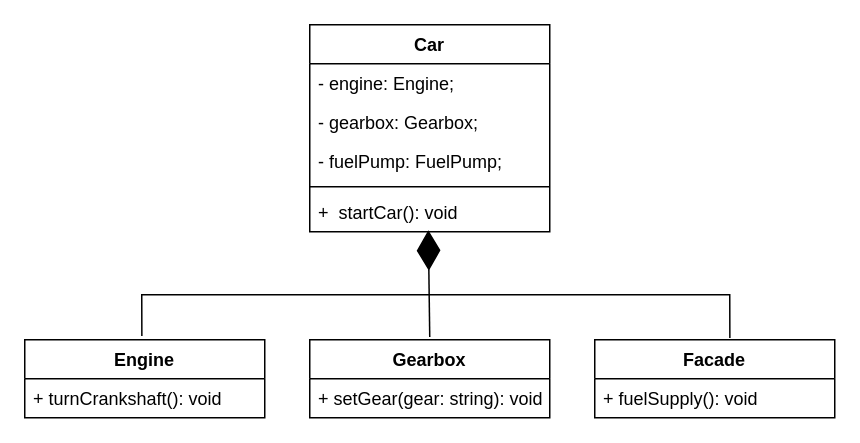
The draw.io diagram PATTERNS/Structural/Facade/src/Facade.drawio in MTONSEG/ts-learn, before the edit. Source tidied: cells renumbered, new cells numbered last; positions are measured from the earlier drawing's top-left corner, leaving out a move shared by most shapes. Both pictures are drawn from the tidied source at 150%, with x=0, y=0 at pixel (24, 24).
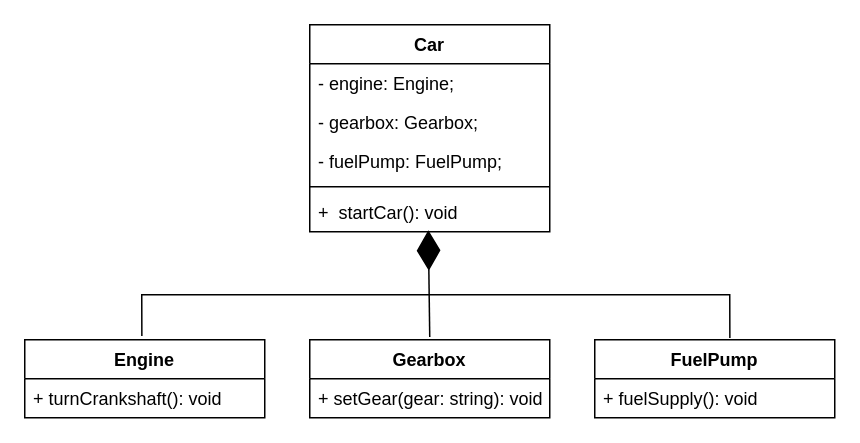
After the change.

Change to the diagram source:
```diff
@@
 <mxGraphModel>
   <root>
     <mxCell id="0" />
     <mxCell id="1" parent="0" />
     <mxCell id="2" value="Car" style="swimlane;fontStyle=1;align=center;verticalAlign=top;horizontal=1;startSize=26;" parent="1" vertex="1">
       <mxGeometry x="190" width="160" height="138" as="geometry" />
     </mxCell>
     <mxCell id="3" value="- engine: Engine;" style="text;strokeColor=none;fillColor=none;align=left;verticalAlign=top;spacingLeft=4;spacingRight=4;overflow=hidden;" parent="2" vertex="1">
       <mxGeometry y="26" width="160" height="26" as="geometry" />
     </mxCell>
     <mxCell id="4" value="- gearbox: Gearbox;" style="text;strokeColor=none;fillColor=none;align=left;verticalAlign=top;spacingLeft=4;spacingRight=4;overflow=hidden;" parent="2" vertex="1">
       <mxGeometry y="52" width="160" height="26" as="geometry" />
     </mxCell>
     <mxCell id="5" value="- fuelPump: FuelPump;" style="text;strokeColor=none;fillColor=none;align=left;verticalAlign=top;spacingLeft=4;spacingRight=4;overflow=hidden;" parent="2" vertex="1">
       <mxGeometry y="78" width="160" height="26" as="geometry" />
     </mxCell>
     <mxCell id="6" style="line;strokeWidth=1;fillColor=none;align=left;verticalAlign=middle;spacingTop=-1;spacingLeft=3;spacingRight=3;labelPosition=right;strokeColor=inherit;" parent="2" vertex="1">
       <mxGeometry y="104" width="160" height="8" as="geometry" />
     </mxCell>
     <mxCell id="7" value="+  startCar(): void" style="text;strokeColor=none;fillColor=none;align=left;verticalAlign=top;spacingLeft=4;spacingRight=4;overflow=hidden;points=[[0,0.5],[1,0.5]];portConstraint=eastwest;" parent="2" vertex="1">
       <mxGeometry y="112" width="160" height="26" as="geometry" />
     </mxCell>
     <mxCell id="8" value="Gearbox" style="swimlane;fontStyle=1;align=center;verticalAlign=top;horizontal=1;startSize=26;" parent="1" vertex="1">
       <mxGeometry x="190" y="210" width="160" height="52" as="geometry" />
     </mxCell>
     <mxCell id="9" value="+ setGear(gear: string): void" style="text;strokeColor=none;fillColor=none;align=left;verticalAlign=top;spacingLeft=4;spacingRight=4;overflow=hidden;" parent="8" vertex="1">
       <mxGeometry y="26" width="160" height="26" as="geometry" />
     </mxCell>
     <mxCell id="10" value="Engine" style="swimlane;fontStyle=1;align=center;verticalAlign=top;horizontal=1;startSize=26;" parent="1" vertex="1">
       <mxGeometry y="210" width="160" height="52" as="geometry" />
     </mxCell>
     <mxCell id="11" value="+ turnCrankshaft(): void" style="text;strokeColor=none;fillColor=none;align=left;verticalAlign=top;spacingLeft=4;spacingRight=4;overflow=hidden;" parent="10" vertex="1">
       <mxGeometry y="26" width="160" height="26" as="geometry" />
     </mxCell>
-    <mxCell id="12" value="Facade" style="swimlane;fontStyle=1;align=center;verticalAlign=top;horizontal=1;startSize=26;" parent="1" vertex="1">
+    <mxCell id="12" value="FuelPump" style="swimlane;fontStyle=1;align=center;verticalAlign=top;horizontal=1;startSize=26;" parent="1" vertex="1">
       <mxGeometry x="380" y="210" width="160" height="52" as="geometry" />
     </mxCell>
     <mxCell id="13" value="+ fuelSupply(): void" style="text;strokeColor=none;fillColor=none;align=left;verticalAlign=top;spacingLeft=4;spacingRight=4;overflow=hidden;" parent="12" vertex="1">
       <mxGeometry y="26" width="160" height="26" as="geometry" />
     </mxCell>
     <mxCell id="14" style="endArrow=none;html=1;rounded=0;entryX=0.563;entryY=-0.023;entryDx=0;entryDy=0;entryPerimeter=0;exitX=0.488;exitY=-0.047;exitDx=0;exitDy=0;exitPerimeter=0;" parent="1" edge="1" source="10" target="12">
       <mxGeometry relative="1" as="geometry">
         <Array as="points">
           <mxPoint x="78" y="180" />
           <mxPoint x="470" y="180" />
         </Array>
       </mxGeometry>
     </mxCell>
     <mxCell id="15" style="endArrow=diamondThin;endFill=1;endSize=24;html=1;rounded=0;entryX=0.494;entryY=0.962;entryDx=0;entryDy=0;entryPerimeter=0;exitX=0.5;exitY=-0.035;exitDx=0;exitDy=0;exitPerimeter=0;" parent="1" edge="1" source="8" target="7">
       <mxGeometry relative="1" as="geometry" />
     </mxCell>
   </root>
 </mxGraphModel>
```
